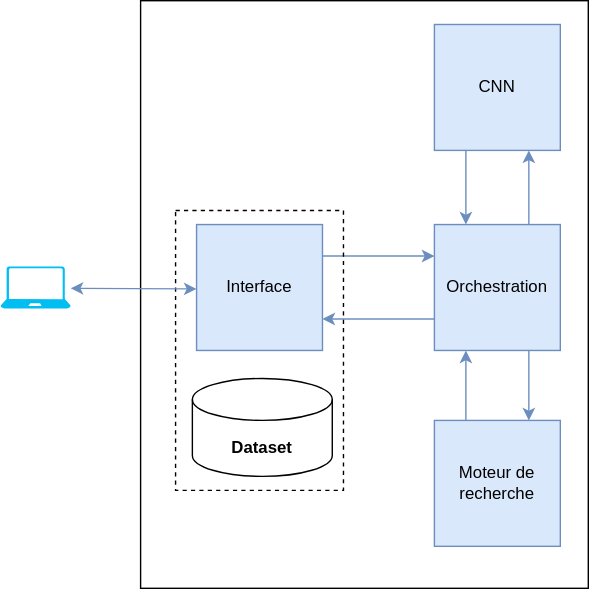
Earlier version of the draw.io export architechture_v2.drawio.svg (Wissem0/Projet-Integrateur-Classification-d-images). Source tidied: cells renumbered, new cells last; positions are measured from the earlier drawing's top-left corner, leaving out a move shared by most shapes.
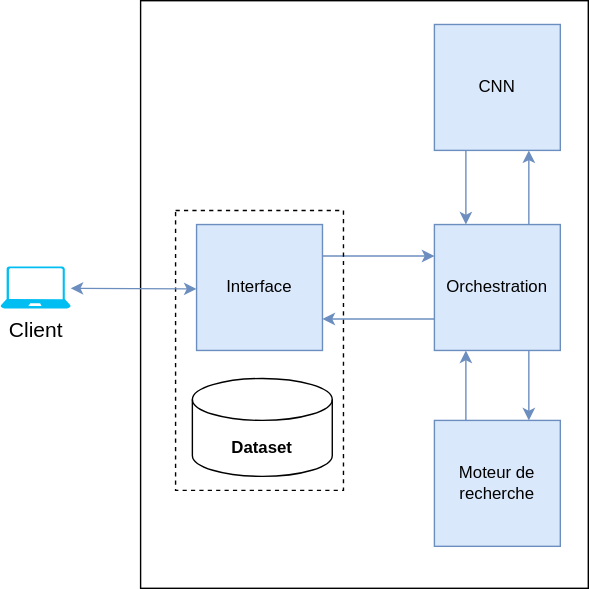
The same diagram one commit later.

What changed in the source:
```diff
@@ -32,7 +32,7 @@
     <mxCell id="11" style="rounded=1;jettySize=auto;html=1;fontFamily=Helvetica;exitX=0.25;exitY=1;exitDx=0;exitDy=0;fillColor=#dae8fc;strokeColor=#6c8ebf;entryX=0.25;entryY=0;entryDx=0;entryDy=0;" parent="1" edge="1" source="3" target="6">
       <mxGeometry relative="1" as="geometry" />
     </mxCell>
-    <mxCell id="12" style="verticalLabelPosition=bottom;html=1;verticalAlign=top;align=center;strokeColor=none;fillColor=#00BEF2;shape=mxgraph.azure.laptop;fontSize=15;" parent="1" vertex="1">
+    <mxCell id="12" value="Client" style="verticalLabelPosition=bottom;html=1;verticalAlign=top;align=center;strokeColor=none;fillColor=#00BEF2;shape=mxgraph.azure.laptop;fontSize=15;" parent="1" vertex="1">
       <mxGeometry y="190" width="50" height="30" as="geometry" />
     </mxCell>
     <mxCell id="13" value="Interface" style="whiteSpace=wrap;html=1;fillStyle=solid;fontFamily=Helvetica;fillColor=#dae8fc;strokeColor=#6c8ebf;" parent="1" vertex="1">
```
